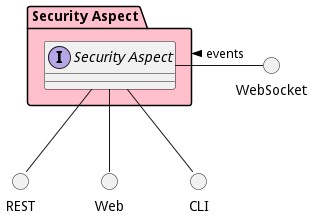
Earlier version of the PlantUML export docs/sabr/sa/subpackage.png (madajaju/sabr).
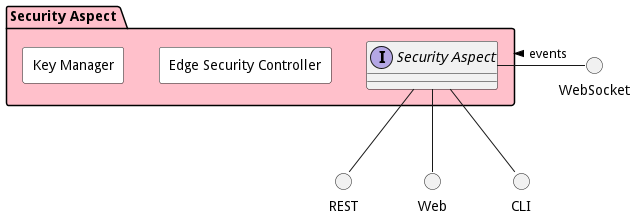
Above is the later version.

Diff of the diagram source:
```diff
@@ -27,6 +27,12 @@
 package "Security Aspect" #pink {
 
 
+rectangle "Edge Security Controller" #white {
+}
+
+rectangle "Key Manager" #white {
+}
+
 }
 
 
```
